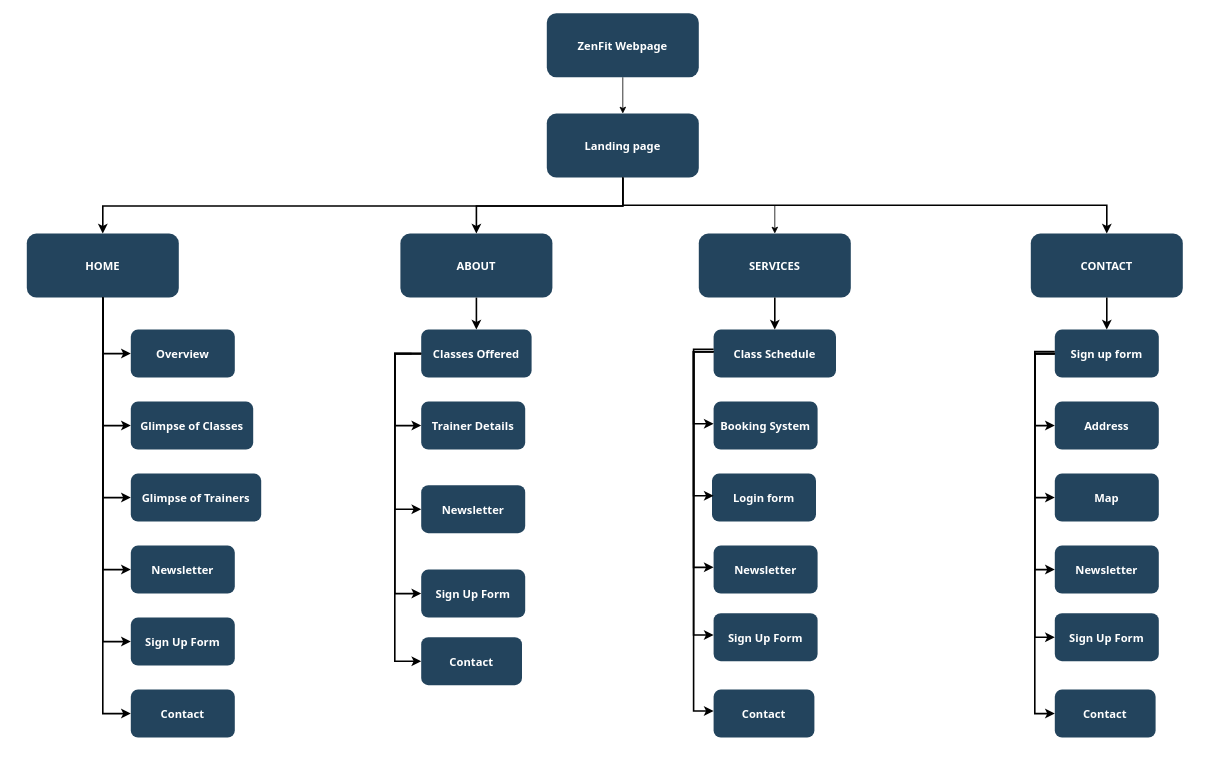
This is Untitled Diagram.drawio from dhonaobina/zenFit-webpage, a draw.io file, before an edit. Source tidied: cells renumbered, new cells numbered last; positions are measured from the earlier drawing's top-left corner, leaving out a move shared by most shapes. Both pictures are drawn from the tidied source at 80%, with x=0, y=0 at pixel (26, 13).
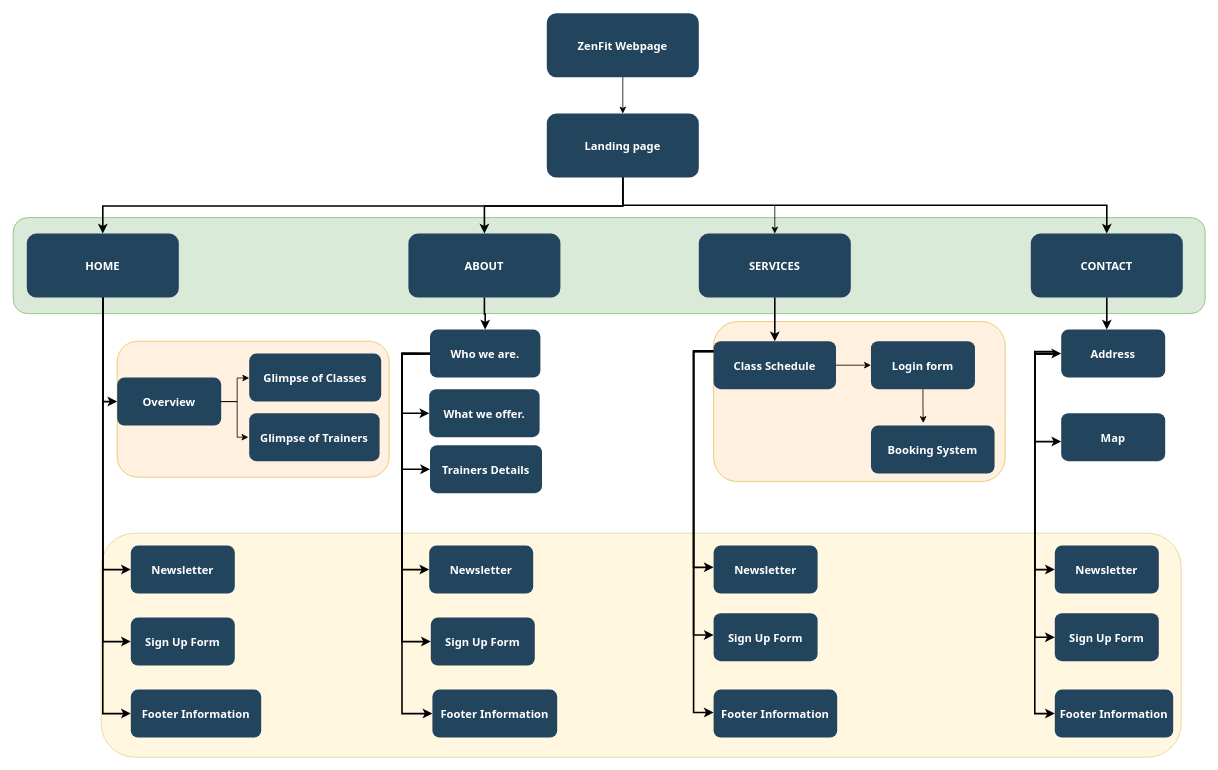
The same diagram, later.

Unchanged cells that the change refers to:
```xml
<mxCell id="3" value="CONTACT" style="rounded=1;fillColor=#23445D;gradientColor=none;strokeColor=none;fontColor=#FFFFFF;fontStyle=1;fontFamily=Tahoma;fontSize=14;" parent="1" vertex="1">
  <mxGeometry x="1255" y="275.5" width="190" height="80" as="geometry" />
</mxCell>
<mxCell id="7" value="HOME" style="rounded=1;fillColor=#23445D;gradientColor=none;strokeColor=none;fontColor=#FFFFFF;fontStyle=1;fontFamily=Tahoma;fontSize=14;" parent="1" vertex="1">
  <mxGeometry y="275.5" width="190" height="80" as="geometry" />
</mxCell>
```

The edit, as a diff of the source:
```diff
@@
+    <mxCell id="59" style="rounded=1;whiteSpace=wrap;html=1;fillColor=#ffe6cc;strokeColor=#d79b00;opacity=60;" parent="1" vertex="1">
+      <mxGeometry x="858.5" y="385.5" width="364.5" height="200" as="geometry" />
+    </mxCell>
+    <mxCell id="60" style="rounded=1;whiteSpace=wrap;html=1;fillColor=#ffe6cc;strokeColor=#d79b00;opacity=60;" parent="1" vertex="1">
+      <mxGeometry x="113" y="410" width="340" height="170" as="geometry" />
+    </mxCell>
+    <mxCell id="61" style="rounded=1;whiteSpace=wrap;html=1;fillColor=#d5e8d4;strokeColor=#82b366;opacity=90;" parent="1" vertex="1">
+      <mxGeometry x="-17" y="255.5" width="1490" height="120" as="geometry" />
+    </mxCell>
+    <mxCell id="62" style="rounded=1;whiteSpace=wrap;html=1;fillColor=#fff2cc;strokeColor=#d6b656;gradientColor=none;opacity=60;" parent="1" vertex="1">
+      <mxGeometry x="93" y="650" width="1350" height="280" as="geometry" />
+    </mxCell>
@@
     <mxCell id="6" value="ABOUT" style="rounded=1;fillColor=#23445D;gradientColor=none;strokeColor=none;fontColor=#FFFFFF;fontStyle=1;fontFamily=Tahoma;fontSize=14;" parent="1" vertex="1">
-      <mxGeometry x="467" y="275.5" width="190" height="80" as="geometry" />
+      <mxGeometry x="477" y="275.5" width="190" height="80" as="geometry" />
     </mxCell>
@@
+    <mxCell id="63" style="edgeStyle=orthogonalEdgeStyle;rounded=0;jettySize=auto;html=1;exitX=1;exitY=0.5;exitDx=0;exitDy=0;" parent="1" edge="1" source="8" target="9">
+      <mxGeometry relative="1" as="geometry">
+        <Array as="points">
+          <mxPoint x="263" y="486" />
+          <mxPoint x="263" y="456" />
+        </Array>
+      </mxGeometry>
+    </mxCell>
     <mxCell id="8" value="Overview" style="rounded=1;fillColor=#23445D;gradientColor=none;strokeColor=none;fontColor=#FFFFFF;fontStyle=1;fontFamily=Tahoma;fontSize=14;" parent="1" vertex="1">
-      <mxGeometry x="130" y="395.5" width="130" height="60" as="geometry" />
+      <mxGeometry x="113" y="455.5" width="130" height="60" as="geometry" />
     </mxCell>
     <mxCell id="9" value="Glimpse of Classes" style="rounded=1;fillColor=#23445D;gradientColor=none;strokeColor=none;fontColor=#FFFFFF;fontStyle=1;fontFamily=Tahoma;fontSize=14;" parent="1" vertex="1">
-      <mxGeometry x="130" y="485.5" width="153" height="60" as="geometry" />
+      <mxGeometry x="278" y="425.5" width="165" height="60" as="geometry" />
     </mxCell>
     <mxCell id="10" value="Glimpse of Trainers" style="rounded=1;fillColor=#23445D;gradientColor=none;strokeColor=none;fontColor=#FFFFFF;fontStyle=1;fontFamily=Tahoma;fontSize=14;" parent="1" vertex="1">
-      <mxGeometry x="130" y="575.5" width="163" height="60" as="geometry" />
+      <mxGeometry x="278" y="500" width="163" height="60" as="geometry" />
     </mxCell>
@@
-    <mxCell id="13" value="Contact" style="rounded=1;fillColor=#23445D;gradientColor=none;strokeColor=none;fontColor=#FFFFFF;fontStyle=1;fontFamily=Tahoma;fontSize=14;" parent="1" vertex="1">
-      <mxGeometry x="130" y="845.5" width="130" height="60" as="geometry" />
+    <mxCell id="13" value="Footer Information" style="rounded=1;fillColor=#23445D;gradientColor=none;strokeColor=none;fontColor=#FFFFFF;fontStyle=1;fontFamily=Tahoma;fontSize=14;" parent="1" vertex="1">
+      <mxGeometry x="130" y="845.5" width="163" height="60" as="geometry" />
     </mxCell>
-    <mxCell id="14" value="Classes Offered" style="rounded=1;fillColor=#23445D;gradientColor=none;strokeColor=none;fontColor=#FFFFFF;fontStyle=1;fontFamily=Tahoma;fontSize=14;" parent="1" vertex="1">
-      <mxGeometry x="493" y="395.5" width="138" height="60" as="geometry" />
+    <mxCell id="14" value="Who we are." style="rounded=1;fillColor=#23445D;gradientColor=none;strokeColor=none;fontColor=#FFFFFF;fontStyle=1;fontFamily=Tahoma;fontSize=14;" parent="1" vertex="1">
+      <mxGeometry x="504" y="395.5" width="138" height="60" as="geometry" />
     </mxCell>
-    <mxCell id="15" value="Trainer Details" style="rounded=1;fillColor=#23445D;gradientColor=none;strokeColor=none;fontColor=#FFFFFF;fontStyle=1;fontFamily=Tahoma;fontSize=14;" parent="1" vertex="1">
-      <mxGeometry x="493" y="485.5" width="130" height="60" as="geometry" />
+    <mxCell id="15" value="Trainers Details" style="rounded=1;fillColor=#23445D;gradientColor=none;strokeColor=none;fontColor=#FFFFFF;fontStyle=1;fontFamily=Tahoma;fontSize=14;" parent="1" vertex="1">
+      <mxGeometry x="504" y="540" width="140" height="60" as="geometry" />
     </mxCell>
     <mxCell id="16" value="Sign Up Form" style="rounded=1;fillColor=#23445D;gradientColor=none;strokeColor=none;fontColor=#FFFFFF;fontStyle=1;fontFamily=Tahoma;fontSize=14;" parent="1" vertex="1">
-      <mxGeometry x="493" y="695.5" width="130" height="60" as="geometry" />
+      <mxGeometry x="505" y="755.5" width="130" height="60" as="geometry" />
     </mxCell>
     <mxCell id="17" value="Newsletter" style="rounded=1;fillColor=#23445D;gradientColor=none;strokeColor=none;fontColor=#FFFFFF;fontStyle=1;fontFamily=Tahoma;fontSize=14;" parent="1" vertex="1">
-      <mxGeometry x="493" y="590" width="130" height="60" as="geometry" />
+      <mxGeometry x="503" y="665.5" width="130" height="60" as="geometry" />
     </mxCell>
+    <mxCell id="64" style="edgeStyle=orthogonalEdgeStyle;rounded=0;jettySize=auto;html=1;exitX=1;exitY=0.5;exitDx=0;exitDy=0;entryX=0;entryY=0.5;entryDx=0;entryDy=0;" parent="1" edge="1" source="18" target="20">
+      <mxGeometry relative="1" as="geometry" />
+    </mxCell>
     <mxCell id="18" value="Class Schedule" style="rounded=1;fillColor=#23445D;gradientColor=none;strokeColor=none;fontColor=#FFFFFF;fontStyle=1;fontFamily=Tahoma;fontSize=14;" parent="1" vertex="1">
-      <mxGeometry x="858.5" y="395.5" width="153" height="60" as="geometry" />
+      <mxGeometry x="858.5" y="410" width="153" height="60" as="geometry" />
     </mxCell>
     <mxCell id="19" value="Booking System" style="rounded=1;fillColor=#23445D;gradientColor=none;strokeColor=none;fontColor=#FFFFFF;fontStyle=1;fontFamily=Tahoma;fontSize=14;" parent="1" vertex="1">
-      <mxGeometry x="858.5" y="485.5" width="130" height="60" as="geometry" />
+      <mxGeometry x="1055.2" y="515.5" width="154.5" height="60" as="geometry" />
     </mxCell>
     <mxCell id="20" value="Login form" style="rounded=1;fillColor=#23445D;gradientColor=none;strokeColor=none;fontColor=#FFFFFF;fontStyle=1;fontFamily=Tahoma;fontSize=14;" parent="1" vertex="1">
-      <mxGeometry x="856.5" y="575.5" width="130" height="60" as="geometry" />
+      <mxGeometry x="1055.2" y="410" width="130" height="60" as="geometry" />
     </mxCell>
-    <mxCell id="21" value="Sign up form" style="rounded=1;fillColor=#23445D;gradientColor=none;strokeColor=none;fontColor=#FFFFFF;fontStyle=1;fontFamily=Tahoma;fontSize=14;" parent="1" vertex="1">
-      <mxGeometry x="1285" y="395.5" width="130" height="60" as="geometry" />
-    </mxCell>
     <mxCell id="22" value="Address" style="rounded=1;fillColor=#23445D;gradientColor=none;strokeColor=none;fontColor=#FFFFFF;fontStyle=1;fontFamily=Tahoma;fontSize=14;" parent="1" vertex="1">
-      <mxGeometry x="1285" y="485.5" width="130" height="60" as="geometry" />
+      <mxGeometry x="1293" y="395.5" width="130" height="60" as="geometry" />
     </mxCell>
     <mxCell id="23" value="Map" style="rounded=1;fillColor=#23445D;gradientColor=none;strokeColor=none;fontColor=#FFFFFF;fontStyle=1;fontFamily=Tahoma;fontSize=14;" parent="1" vertex="1">
-      <mxGeometry x="1285" y="575.5" width="130" height="60" as="geometry" />
+      <mxGeometry x="1293" y="500" width="130" height="60" as="geometry" />
     </mxCell>
@@
-    <mxCell id="27" style="edgeStyle=elbowEdgeStyle;elbow=horizontal;strokeWidth=2;rounded=0;" parent="1" edge="1" source="7" target="9">
-      <mxGeometry x="-23" y="135.5" as="geometry">
-        <Array as="points">
-          <mxPoint x="95" y="415.5" />
-        </Array>
-      </mxGeometry>
-    </mxCell>
-    <mxCell id="28" style="edgeStyle=elbowEdgeStyle;elbow=horizontal;strokeWidth=2;rounded=0;" parent="1" edge="1" source="7" target="10">
-      <mxGeometry x="-23" y="135.5" as="geometry">
-        <Array as="points">
-          <mxPoint x="95" y="465.5" />
-        </Array>
-      </mxGeometry>
-    </mxCell>
@@
-    <mxCell id="32" style="edgeStyle=elbowEdgeStyle;elbow=horizontal;strokeWidth=2;rounded=0;" parent="1" edge="1" source="14" target="15">
+    <mxCell id="32" style="edgeStyle=elbowEdgeStyle;elbow=horizontal;strokeWidth=2;rounded=0;entryX=0;entryY=0.5;entryDx=0;entryDy=0;" parent="1" edge="1" source="14" target="15">
       <mxGeometry x="-23" y="135.5" as="geometry">
         <Array as="points">
-          <mxPoint x="460" y="475.5" />
+          <mxPoint x="469" y="475.5" />
         </Array>
       </mxGeometry>
     </mxCell>
     <mxCell id="33" style="edgeStyle=elbowEdgeStyle;elbow=horizontal;strokeWidth=2;rounded=0;" parent="1" edge="1" source="14" target="16">
       <mxGeometry x="-23" y="135.5" as="geometry">
         <Array as="points">
-          <mxPoint x="460" y="515.5" />
+          <mxPoint x="469" y="515.5" />
         </Array>
       </mxGeometry>
     </mxCell>
     <mxCell id="34" style="edgeStyle=elbowEdgeStyle;elbow=horizontal;strokeWidth=2;rounded=0;" parent="1" edge="1" source="14" target="17">
       <mxGeometry x="-23" y="135.5" as="geometry">
         <Array as="points">
-          <mxPoint x="460" y="555.5" />
+          <mxPoint x="469" y="555.5" />
         </Array>
       </mxGeometry>
     </mxCell>
-    <mxCell id="35" style="edgeStyle=elbowEdgeStyle;elbow=horizontal;strokeWidth=2;rounded=0;" parent="1" edge="1" source="21" target="22">
+    <mxCell id="35" style="edgeStyle=elbowEdgeStyle;elbow=horizontal;strokeWidth=2;rounded=0;" parent="1" edge="1" target="22">
       <mxGeometry x="-23" y="135.5" as="geometry">
+        <mxPoint x="1285" y="425.5" as="sourcePoint" />
         <Array as="points">
           <mxPoint x="1260" y="475.5" />
         </Array>
       </mxGeometry>
     </mxCell>
-    <mxCell id="36" style="edgeStyle=elbowEdgeStyle;elbow=horizontal;strokeWidth=2;rounded=0;" parent="1" edge="1" source="21" target="23">
+    <mxCell id="36" style="edgeStyle=elbowEdgeStyle;elbow=horizontal;strokeWidth=2;rounded=0;" parent="1" edge="1" target="23">
       <mxGeometry x="-23" y="135.5" as="geometry">
+        <mxPoint x="1285" y="425.5" as="sourcePoint" />
         <Array as="points">
           <mxPoint x="1260" y="535.5" />
         </Array>
       </mxGeometry>
     </mxCell>
-    <mxCell id="37" style="edgeStyle=elbowEdgeStyle;elbow=horizontal;strokeWidth=2;rounded=0;" parent="1" edge="1" source="21">
+    <mxCell id="37" style="edgeStyle=elbowEdgeStyle;elbow=horizontal;strokeWidth=2;rounded=0;" parent="1" edge="1">
       <mxGeometry x="-23" y="135.5" as="geometry">
+        <mxPoint x="1285" y="425.5" as="sourcePoint" />
         <mxPoint x="1285" y="695.5" as="targetPoint" />
         <Array as="points">
           <mxPoint x="1260" y="565.5" />
         </Array>
       </mxGeometry>
     </mxCell>
@@
-    <mxCell id="40" style="edgeStyle=elbowEdgeStyle;elbow=vertical;strokeWidth=2;rounded=0;" parent="1" edge="1" source="3" target="21">
-      <mxGeometry x="-23" y="135.5" as="geometry" />
+    <mxCell id="40" style="edgeStyle=elbowEdgeStyle;elbow=vertical;strokeWidth=2;rounded=0;" parent="1" edge="1" source="3">
+      <mxGeometry x="-23" y="135.5" as="geometry">
+        <mxPoint x="1350" y="395.5" as="targetPoint" />
+      </mxGeometry>
     </mxCell>
@@
     <mxCell id="43" style="edgeStyle=elbowEdgeStyle;elbow=horizontal;strokeWidth=2;rounded=0;entryX=0;entryY=0.5;entryDx=0;entryDy=0;" parent="1" edge="1" target="44">
       <mxGeometry x="-23" y="135.5" as="geometry">
-        <mxPoint x="481" y="425.5" as="sourcePoint" />
+        <mxPoint x="490" y="425.5" as="sourcePoint" />
         <Array as="points">
-          <mxPoint x="460" y="555" />
+          <mxPoint x="469" y="500" />
+          <mxPoint x="469" y="555" />
         </Array>
       </mxGeometry>
     </mxCell>
-    <mxCell id="44" value="Contact" style="rounded=1;fillColor=#23445D;gradientColor=none;strokeColor=none;fontColor=#FFFFFF;fontStyle=1;fontFamily=Tahoma;fontSize=14;" parent="1" vertex="1">
-      <mxGeometry x="493" y="780" width="126" height="60" as="geometry" />
+    <mxCell id="44" value="Footer Information" style="rounded=1;fillColor=#23445D;gradientColor=none;strokeColor=none;fontColor=#FFFFFF;fontStyle=1;fontFamily=Tahoma;fontSize=14;" parent="1" vertex="1">
+      <mxGeometry x="507" y="845.5" width="156" height="60" as="geometry" />
     </mxCell>
@@
-    <mxCell id="48" value="Contact" style="rounded=1;fillColor=#23445D;gradientColor=none;strokeColor=none;fontColor=#FFFFFF;fontStyle=1;fontFamily=Tahoma;fontSize=14;" parent="1" vertex="1">
-      <mxGeometry x="1285" y="845.5" width="126" height="60" as="geometry" />
+    <mxCell id="48" value="Footer Information" style="rounded=1;fillColor=#23445D;gradientColor=none;strokeColor=none;fontColor=#FFFFFF;fontStyle=1;fontFamily=Tahoma;fontSize=14;" parent="1" vertex="1">
+      <mxGeometry x="1285" y="845.5" width="148" height="60" as="geometry" />
     </mxCell>
@@
-    <mxCell id="53" value="Contact" style="rounded=1;fillColor=#23445D;gradientColor=none;strokeColor=none;fontColor=#FFFFFF;fontStyle=1;fontFamily=Tahoma;fontSize=14;" parent="1" vertex="1">
-      <mxGeometry x="858.5" y="845.5" width="126" height="60" as="geometry" />
+    <mxCell id="53" value="Footer Information" style="rounded=1;fillColor=#23445D;gradientColor=none;strokeColor=none;fontColor=#FFFFFF;fontStyle=1;fontFamily=Tahoma;fontSize=14;" parent="1" vertex="1">
+      <mxGeometry x="858.5" y="845.5" width="154.5" height="60" as="geometry" />
     </mxCell>
-    <mxCell id="54" style="edgeStyle=elbowEdgeStyle;elbow=horizontal;strokeWidth=2;rounded=0;" parent="1" edge="1">
-      <mxGeometry x="-23" y="135.5" as="geometry">
-        <mxPoint x="858.5" y="423.2" as="sourcePoint" />
-        <mxPoint x="858.5" y="513.2" as="targetPoint" />
-        <Array as="points">
-          <mxPoint x="833.5" y="472.8" />
-        </Array>
-      </mxGeometry>
-    </mxCell>
-    <mxCell id="55" style="edgeStyle=elbowEdgeStyle;elbow=horizontal;strokeWidth=2;rounded=0;" parent="1" edge="1">
-      <mxGeometry x="-23" y="135.5" as="geometry">
-        <mxPoint x="858.5" y="423.2" as="sourcePoint" />
-        <mxPoint x="858.5" y="603.2" as="targetPoint" />
-        <Array as="points">
-          <mxPoint x="833.5" y="532.8" />
-        </Array>
-      </mxGeometry>
-    </mxCell>
@@
     <mxCell id="58" style="edgeStyle=elbowEdgeStyle;elbow=horizontal;strokeWidth=2;rounded=0;entryX=0;entryY=0.5;entryDx=0;entryDy=0;" parent="1" edge="1">
       <mxGeometry x="-23" y="135.5" as="geometry">
-        <mxPoint x="858.5" y="420" as="sourcePoint" />
-        <mxPoint x="858.5" y="872.2" as="targetPoint" />
+        <mxPoint x="858.5" y="422" as="sourcePoint" />
+        <mxPoint x="858.5" y="874.2" as="targetPoint" />
         <Array as="points">
-          <mxPoint x="833.5" y="559.5" />
+          <mxPoint x="833.5" y="561.5" />
         </Array>
       </mxGeometry>
     </mxCell>
+    <mxCell id="65" style="edgeStyle=orthogonalEdgeStyle;rounded=0;orthogonalLoop=1;jettySize=auto;html=1;exitX=1;exitY=0.5;exitDx=0;exitDy=0;entryX=0;entryY=0.5;entryDx=0;entryDy=0;" parent="1" edge="1">
+      <mxGeometry relative="1" as="geometry">
+        <mxPoint x="241.5" y="485.5" as="sourcePoint" />
+        <mxPoint x="277" y="530" as="targetPoint" />
+        <Array as="points">
+          <mxPoint x="263" y="486" />
+          <mxPoint x="263" y="530" />
+        </Array>
+      </mxGeometry>
+    </mxCell>
+    <mxCell id="66" style="edgeStyle=orthogonalEdgeStyle;rounded=0;jettySize=auto;html=1;exitX=0.5;exitY=1;exitDx=0;exitDy=0;entryX=0.423;entryY=-0.054;entryDx=0;entryDy=0;entryPerimeter=0;" parent="1" edge="1" source="20" target="19">
+      <mxGeometry relative="1" as="geometry" />
+    </mxCell>
+    <mxCell id="67" value="What we offer." style="rounded=1;fillColor=#23445D;gradientColor=none;strokeColor=none;fontColor=#FFFFFF;fontStyle=1;fontFamily=Tahoma;fontSize=14;" parent="1" vertex="1">
+      <mxGeometry x="503" y="470" width="138" height="60" as="geometry" />
+    </mxCell>
+    <mxCell id="68" style="edgeStyle=elbowEdgeStyle;elbow=horizontal;strokeWidth=2;rounded=0;entryX=0;entryY=0.5;entryDx=0;entryDy=0;" parent="1" edge="1" target="67">
+      <mxGeometry x="-23" y="135.5" as="geometry">
+        <mxPoint x="504" y="425.5" as="sourcePoint" />
+        <Array as="points">
+          <mxPoint x="469" y="475" />
+        </Array>
+      </mxGeometry>
+    </mxCell>
```
